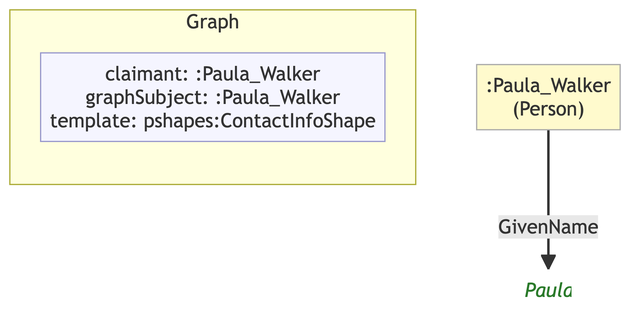
Above: example/graphs/images/graph-59.png in MeeFoundation/mia-ontologies (Mermaid), before the change. Its source is kept beside it as example/graphs/images/graph-59.mmd.
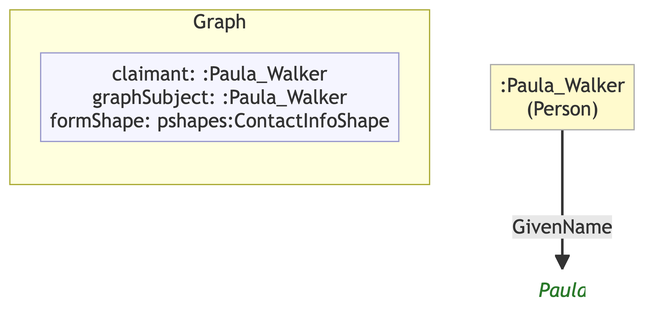
After the commit.

Diff of the diagram source:
```diff
@@ -7,10 +7,10 @@
 
     subgraph ctx["Graph"]
         direction LR
-        ctx_meta["claimant: :Paula_Walker\ngraphSubject: :Paula_Walker\ntemplate: pshapes:ContactInfoShape"]:::meta
+        ctx_meta["claimant: :Paula_Walker\ngraphSubject: :Paula_Walker\nformShape: pshapes:ContactInfoShape"]:::meta
     end
 
-    nf4296ab13de4[":Paula_Walker\n(Person)"]:::person
-    n84489d13a8cb("Paula"):::lit
+    n679aafec7a4b[":Paula_Walker\n(Person)"]:::person
+    nafc8de582902("Paula"):::lit
 
-    nf4296ab13de4 -->|"GivenName"| n84489d13a8cb
+    n679aafec7a4b -->|"GivenName"| nafc8de582902
```
